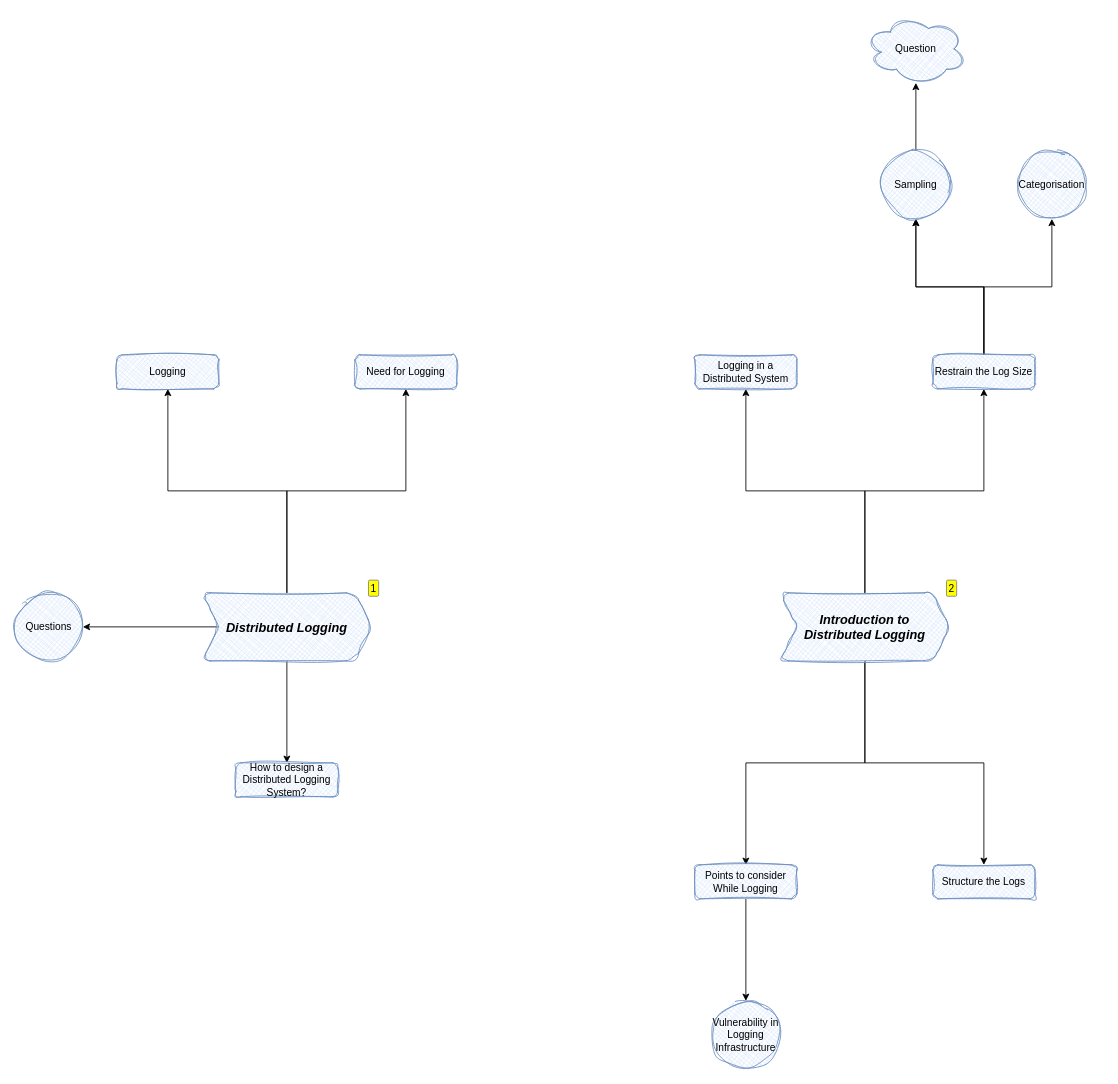
Above: System Design/System Design : Distributed Logging.drawio in FilledVaccum/MindMaps (draw.io), before the change. Source tidied: cells renumbered, new cells numbered last; positions are measured from the earlier drawing's top-left corner, leaving out a move shared by most shapes. Both pictures are drawn from the tidied source at 85%, with x=0, y=0 at pixel (14, 14).
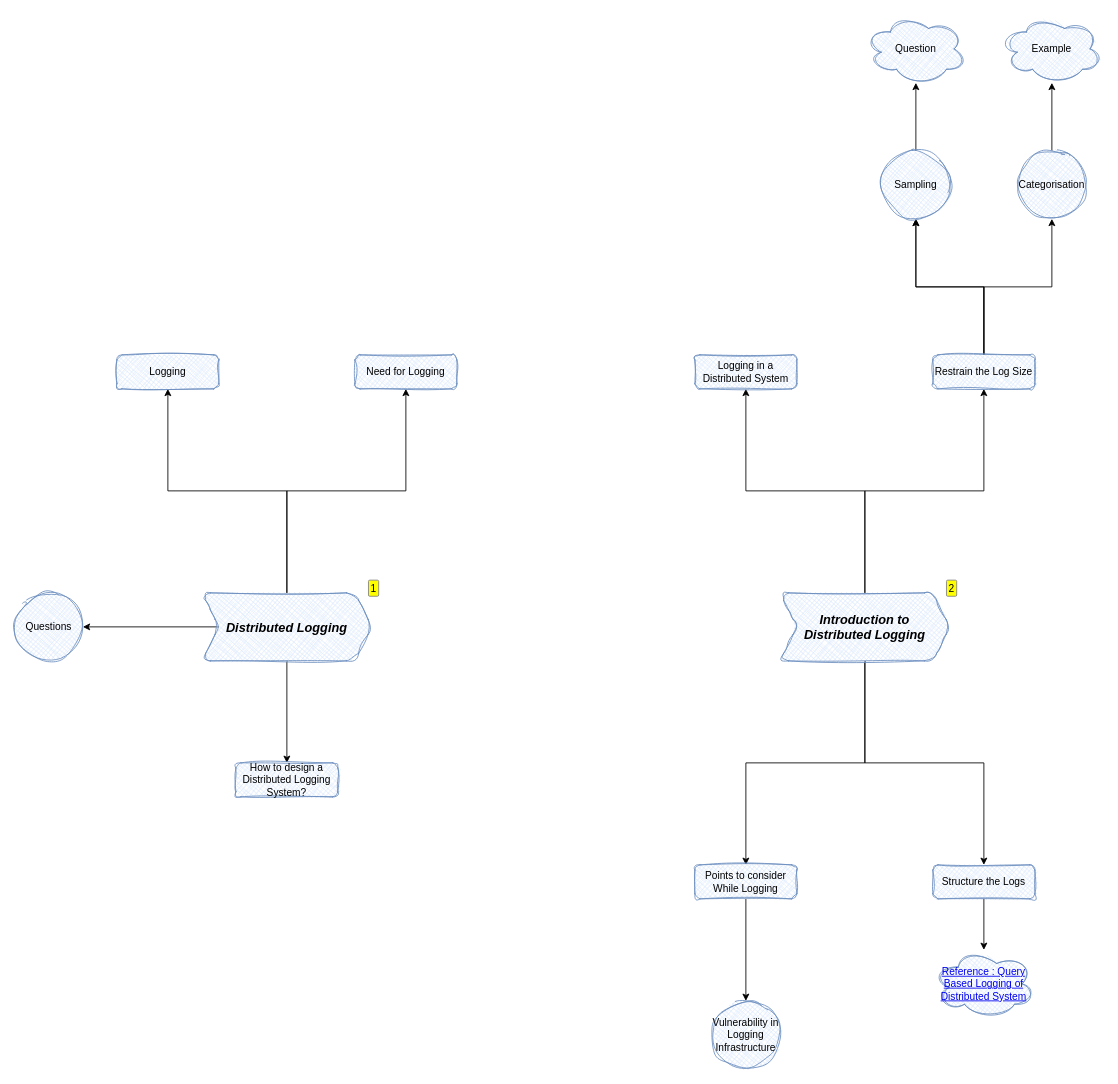
After the change.

Unchanged cells that the change refers to:
```xml
<mxCell id="21" value="Structure the Logs" style="whiteSpace=wrap;html=1;fillColor=#dae8fc;strokeColor=#6c8ebf;sketch=1;curveFitting=1;jiggle=2;shadow=0;rounded=1;fillStyle=cross-hatch;" parent="1" vertex="1">
  <mxGeometry x="1080" y="1000" width="120" height="40" as="geometry" />
</mxCell>
<mxCell id="26" value="Categorisation" style="ellipse;whiteSpace=wrap;html=1;fillColor=#dae8fc;strokeColor=#6c8ebf;sketch=1;curveFitting=1;jiggle=2;shadow=0;rounded=1;fillStyle=cross-hatch;" parent="1" vertex="1">
  <mxGeometry x="1180" y="160" width="80" height="80" as="geometry" />
</mxCell>
```

The edit, as a diff of the source:
```diff
@@
+    <mxCell id="29" style="edgeStyle=orthogonalEdgeStyle;shape=connector;rounded=0;hachureGap=4;jettySize=auto;html=1;strokeColor=default;align=center;verticalAlign=middle;fontFamily=Architects Daughter;fontSize=11;fontColor=default;labelBackgroundColor=default;endArrow=classic;" parent="1" edge="1" source="21" target="32">
+      <mxGeometry relative="1" as="geometry" />
+    </mxCell>
@@
+    <mxCell id="30" style="edgeStyle=orthogonalEdgeStyle;shape=connector;rounded=0;hachureGap=4;jettySize=auto;html=1;strokeColor=default;align=center;verticalAlign=middle;fontFamily=Architects Daughter;fontSize=11;fontColor=default;labelBackgroundColor=default;endArrow=classic;" parent="1" edge="1" source="26" target="31">
+      <mxGeometry relative="1" as="geometry" />
+    </mxCell>
@@
+    <mxCell id="31" value="Example" style="ellipse;shape=cloud;whiteSpace=wrap;html=1;fillColor=#dae8fc;strokeColor=#6c8ebf;sketch=1;curveFitting=1;jiggle=2;shadow=0;rounded=1;fillStyle=cross-hatch;" parent="1" vertex="1">
+      <mxGeometry x="1160" width="120" height="80" as="geometry" />
+    </mxCell>
+    <mxCell id="32" value="&lt;a href=&quot;https://escholarship.org/uc/item/2p06d5sv&quot;&gt;Reference : Query Based Logging of Distributed System&lt;/a&gt;" style="ellipse;shape=cloud;whiteSpace=wrap;html=1;fillColor=#dae8fc;strokeColor=#6c8ebf;sketch=1;curveFitting=1;jiggle=2;shadow=0;rounded=1;fillStyle=cross-hatch;" parent="1" vertex="1">
+      <mxGeometry x="1080" y="1100" width="120" height="80" as="geometry" />
+    </mxCell>
```
